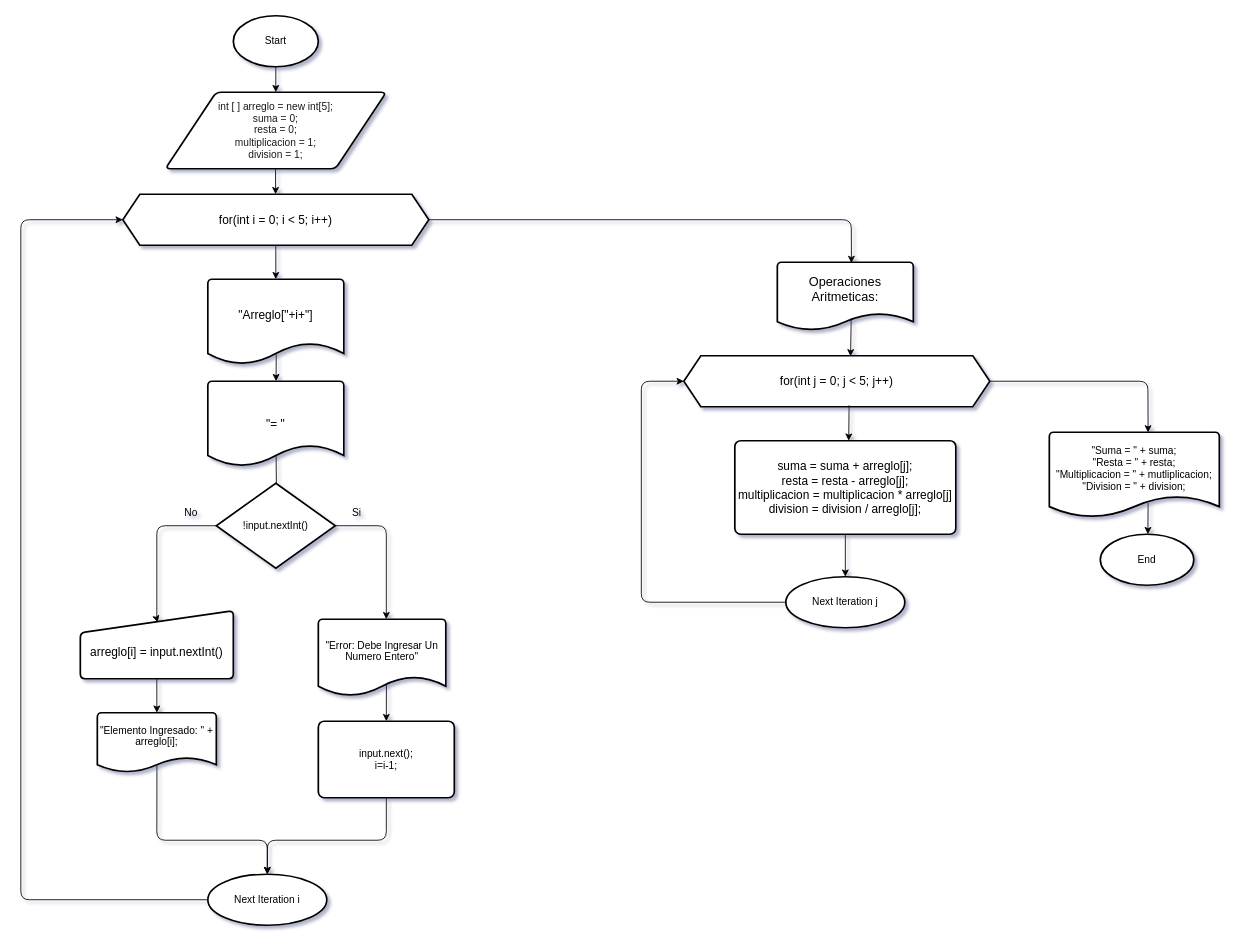
Above: Arreglos_Operaciones.drawio in AnthonyLozadaAlexander/DiagramaDeFlujos (draw.io), before the change. Source tidied: cells renumbered, new cells numbered last; positions are measured from the earlier drawing's top-left corner, leaving out a move shared by most shapes. Both pictures are drawn from the tidied source at 85%, with x=0, y=0 at pixel (20, 15).
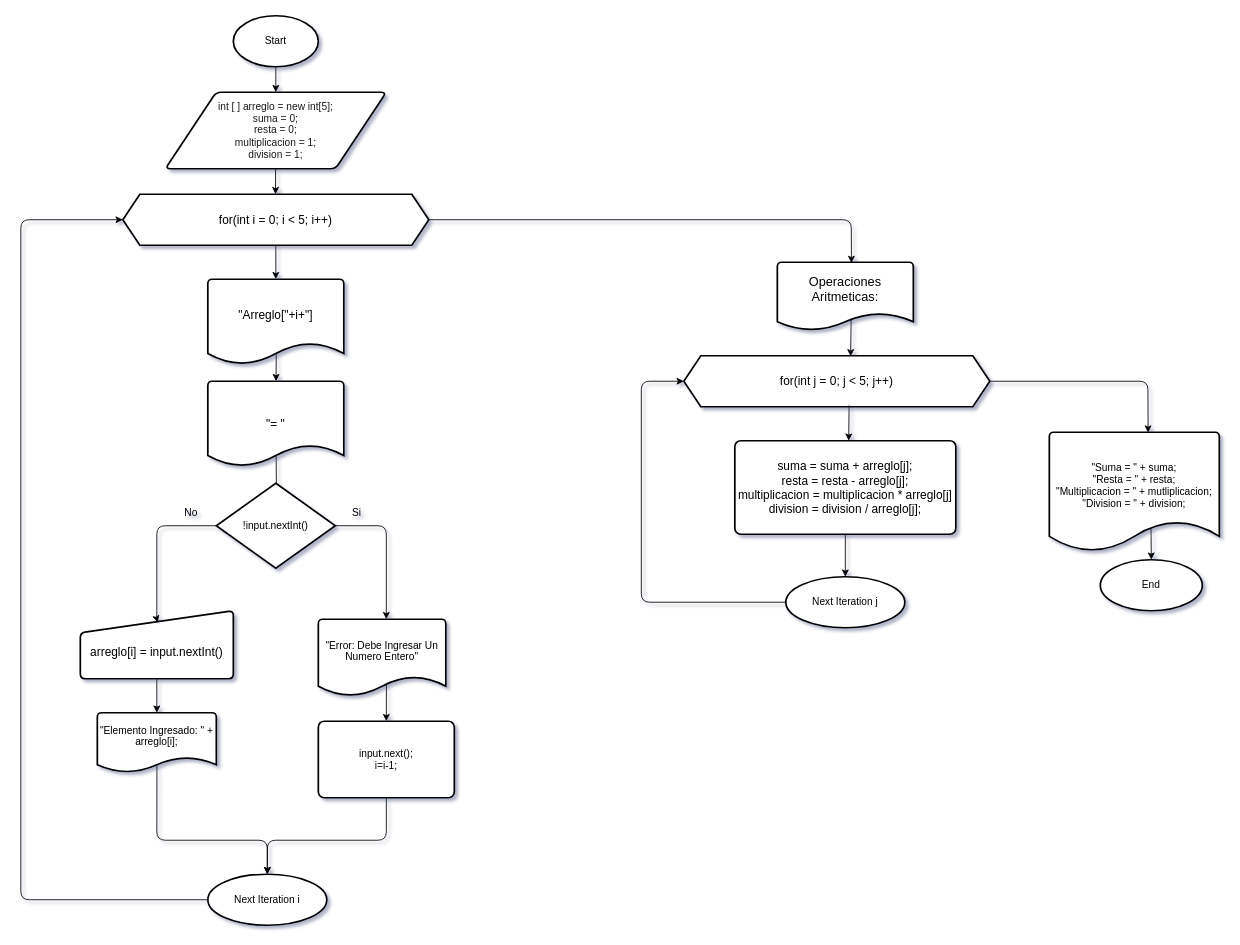
The same diagram, later.

Commit message:
Actualizar diagrama de flujo para ajustar dimensiones y mejorar la visualización de operaciones aritméticas.

What changed in the source:
```diff
@@
-    <mxCell id="36" style="edgeStyle=none;html=1;exitX=0.581;exitY=0.832;exitDx=0;exitDy=0;exitPerimeter=0;" parent="1" edge="1" source="37">
-      <mxGeometry relative="1" as="geometry">
-        <mxPoint x="1326" y="610" as="targetPoint" />
-      </mxGeometry>
+    <mxCell id="36" style="edgeStyle=none;html=1;exitX=0.598;exitY=0.803;exitDx=0;exitDy=0;exitPerimeter=0;entryX=0.5;entryY=0;entryDx=0;entryDy=0;entryPerimeter=0;" parent="1" edge="1" source="37" target="39">
+      <mxGeometry relative="1" as="geometry" />
     </mxCell>
     <mxCell id="37" value="&quot;Suma = &quot; + suma;&lt;div&gt;&quot;Resta = &quot; + resta;&lt;/div&gt;&lt;div&gt;&quot;Multiplicacion = &quot; + mutliplicacion;&lt;/div&gt;&lt;div&gt;&quot;Division = &quot; + division;&lt;/div&gt;&lt;div&gt;&lt;br&gt;&lt;/div&gt;" style="strokeWidth=2;html=1;shape=mxgraph.flowchart.document2;whiteSpace=wrap;size=0.25;" parent="1" vertex="1">
-      <mxGeometry x="1210" y="490" width="200" height="100" as="geometry" />
+      <mxGeometry x="1210" y="490" width="200" height="140" as="geometry" />
     </mxCell>
@@
     <mxCell id="39" value="End" style="strokeWidth=2;html=1;shape=mxgraph.flowchart.start_1;whiteSpace=wrap;" parent="1" vertex="1">
-      <mxGeometry x="1270" y="610" width="110" height="60" as="geometry" />
+      <mxGeometry x="1270" y="640" width="120" height="60" as="geometry" />
     </mxCell>
```
